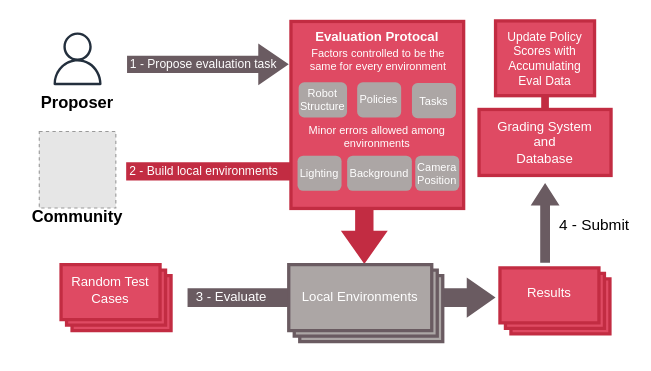
cxh-cxh/Embodied-VLM-Judge-figures keeps this draw.io diagram as system.drawio. Above is the earlier version. Source tidied: cells renumbered, new cells numbered last; positions are measured from the earlier drawing's top-left corner, leaving out a move shared by most shapes. Both pictures are drawn from the tidied source at 110%, with x=0, y=0 at pixel (19, 21). Pictures stored in the file or linked from it are replaced by grey dashed boxes.
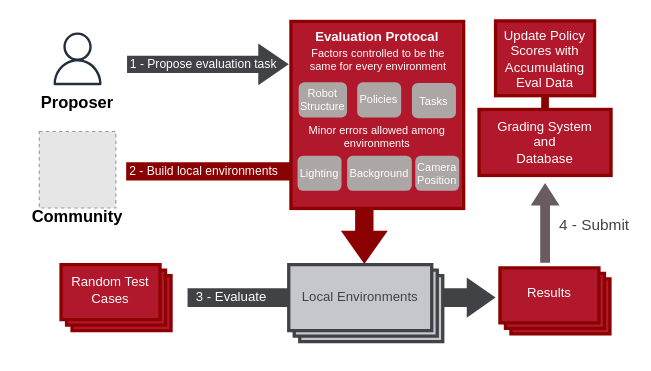
Above is the later version.

The change refers to these unchanged cells:
```xml
<mxCell id="18" style="group;" parent="1" vertex="1">
  <mxGeometry x="38" y="221" width="100" height="60" as="geometry" />
</mxCell>
<mxCell id="21" style="group;" parent="1" vertex="1">
  <mxGeometry x="437" y="224" width="100" height="60" as="geometry" />
</mxCell>
<mxCell id="24" style="group;rounded=0;strokeColor=none;strokeWidth=3;align=center;verticalAlign=top;fontFamily=Helvetica;fontSize=12;fontColor=default;fillColor=none;" parent="1" vertex="1">
  <mxGeometry x="245" y="221" width="140" height="80" as="geometry" />
</mxCell>
```

Change to the diagram source:
```diff
@@
-    <mxCell id="2" style="html=1;shadow=0;dashed=0;align=center;verticalAlign=middle;shape=mxgraph.arrows2.bendArrow;dy=8.35;dx=30.02;notch=0;arrowHead=42.61;rounded=1;rotation=90;fillColor=#C22C42;strokeColor=none;" parent="1" vertex="1">
+    <mxCell id="2" style="html=1;shadow=0;dashed=0;align=center;verticalAlign=middle;shape=mxgraph.arrows2.bendArrow;dy=8.35;dx=30.02;notch=0;arrowHead=42.61;rounded=1;rotation=90;fillColor=light-dark(#8B0000,#B2182B);strokeColor=none;" parent="1" vertex="1">
       <mxGeometry x="169.9" y="55.3" width="92.4" height="237.8" as="geometry" />
     </mxCell>
-    <mxCell id="3" value="&lt;font style=&quot;color: rgb(255, 255, 255);&quot; face=&quot;Helvetica&quot;&gt;&lt;b style=&quot;&quot;&gt;Evaluation Protocal&lt;/b&gt;&lt;/font&gt;" style="rounded=0;whiteSpace=wrap;html=1;fillColor=light-dark(#DF4A63,#AA7B7B);strokeColor=#C22C42;align=center;verticalAlign=top;strokeWidth=3;" parent="1" vertex="1">
+    <mxCell id="3" value="&lt;font style=&quot;color: rgb(255, 255, 255);&quot; face=&quot;Helvetica&quot;&gt;&lt;b style=&quot;&quot;&gt;Evaluation Protocal&lt;/b&gt;&lt;/font&gt;" style="rounded=0;whiteSpace=wrap;html=1;fillColor=light-dark(#B2182B,#8B0000);strokeColor=light-dark(#8B0000,#B2182B);align=center;verticalAlign=top;strokeWidth=3;" parent="1" vertex="1">
       <mxGeometry x="247" width="157" height="170" as="geometry" />
     </mxCell>
@@
-    <mxCell id="7" value="&lt;font style=&quot;color: rgb(255, 255, 255);&quot;&gt;3 - Evaluate&lt;/font&gt;" style="html=1;shadow=0;dashed=0;align=left;verticalAlign=middle;shape=mxgraph.arrows2.arrow;dy=0.53;dx=26.18;notch=0;rotation=0;spacingLeft=6;fillColor=#6A5B61;strokeColor=none;" parent="1" vertex="1">
+    <mxCell id="7" value="&lt;font style=&quot;color: rgb(255, 255, 255);&quot;&gt;3 - Evaluate&lt;/font&gt;" style="html=1;shadow=0;dashed=0;align=left;verticalAlign=middle;shape=mxgraph.arrows2.arrow;dy=0.53;dx=26.18;notch=0;rotation=0;spacingLeft=6;fillColor=light-dark(#414246,#C6C7CC);strokeColor=none;" parent="1" vertex="1">
       <mxGeometry x="153" y="232.8" width="280" height="36.5" as="geometry" />
     </mxCell>
@@
-    <mxCell id="11" value="&lt;font style=&quot;color: rgb(255, 255, 255); font-size: 11px;&quot;&gt;1 - Propose evaluation task&lt;/font&gt;" style="html=1;shadow=0;dashed=0;align=left;verticalAlign=middle;shape=mxgraph.arrows2.arrow;dy=0.59;dx=27.71;notch=0;rotation=0;spacingLeft=1;fillColor=#6A5B61;strokeColor=none;gradientColor=none;" parent="1" vertex="1">
+    <mxCell id="11" value="&lt;font style=&quot;color: rgb(255, 255, 255); font-size: 11px;&quot;&gt;1 - Propose evaluation task&lt;/font&gt;" style="html=1;shadow=0;dashed=0;align=left;verticalAlign=middle;shape=mxgraph.arrows2.arrow;dy=0.59;dx=27.71;notch=0;rotation=0;spacingLeft=1;fillColor=light-dark(#414246,#C6C7CC);strokeColor=none;gradientColor=none;" parent="1" vertex="1">
       <mxGeometry x="98" y="20" width="147" height="38" as="geometry" />
     </mxCell>
-    <mxCell id="12" style="rounded=0;jettySize=auto;html=1;endArrow=none;endFill=0;strokeWidth=7;strokeColor=#C22C42;" parent="1" edge="1" source="13" target="16">
+    <mxCell id="12" style="rounded=0;jettySize=auto;html=1;endArrow=none;endFill=0;strokeWidth=7;strokeColor=light-dark(#8B0000,#B2182B);" parent="1" edge="1" source="13" target="16">
       <mxGeometry relative="1" as="geometry" />
     </mxCell>
-    <mxCell id="13" value="&lt;font style=&quot;color: rgb(255, 255, 255);&quot;&gt;Grading&amp;nbsp;&lt;span style=&quot;background-color: transparent;&quot;&gt;System&lt;/span&gt;&lt;/font&gt;&lt;div&gt;&lt;span style=&quot;background-color: transparent;&quot;&gt;&lt;font style=&quot;color: rgb(255, 255, 255);&quot;&gt;and&lt;/font&gt;&lt;/span&gt;&lt;/div&gt;&lt;div&gt;&lt;font style=&quot;color: rgb(255, 255, 255);&quot;&gt;Database&lt;/font&gt;&lt;/div&gt;" style="rounded=0;whiteSpace=wrap;html=1;strokeColor=#C22C42;strokeWidth=3;fillColor=#DF4A63;" parent="1" vertex="1">
+    <mxCell id="13" value="&lt;font style=&quot;color: rgb(255, 255, 255);&quot;&gt;Grading&amp;nbsp;&lt;span style=&quot;background-color: transparent;&quot;&gt;System&lt;/span&gt;&lt;/font&gt;&lt;div&gt;&lt;span style=&quot;background-color: transparent;&quot;&gt;&lt;font style=&quot;color: rgb(255, 255, 255);&quot;&gt;and&lt;/font&gt;&lt;/span&gt;&lt;/div&gt;&lt;div&gt;&lt;font style=&quot;color: rgb(255, 255, 255);&quot;&gt;Database&lt;/font&gt;&lt;/div&gt;" style="rounded=0;whiteSpace=wrap;html=1;strokeColor=light-dark(#8B0000,#B2182B);strokeWidth=3;fillColor=light-dark(#B2182B,#8B0000);align=center;verticalAlign=middle;fontFamily=Helvetica;fontSize=12;fontColor=default;" parent="1" vertex="1">
       <mxGeometry x="418" y="80" width="120" height="60" as="geometry" />
     </mxCell>
@@
-    <mxCell id="15" value="&lt;font style=&quot;font-size: 14px;&quot;&gt;4 - Submit&lt;/font&gt;" style="rounded=0;whiteSpace=wrap;html=1;fillColor=none;strokeColor=none;fontSize=15;" parent="1" vertex="1">
+    <mxCell id="15" value="&lt;font style=&quot;font-size: 14px;&quot;&gt;4 - Submit&lt;/font&gt;" style="rounded=0;whiteSpace=wrap;html=1;fillColor=none;strokeColor=none;fontSize=15;fontColor=light-dark(#414246,#C6C7CC);" parent="1" vertex="1">
       <mxGeometry x="488" y="170" width="70" height="27" as="geometry" />
     </mxCell>
-    <mxCell id="16" value="&lt;font style=&quot;color: rgb(255, 255, 255);&quot;&gt;Update Policy Scores with Accumulating Eval Data&lt;/font&gt;" style="rounded=0;whiteSpace=wrap;html=1;strokeColor=#C22C42;strokeWidth=3;fillColor=#DF4A63;fontSize=11;" parent="1" vertex="1">
+    <mxCell id="16" value="&lt;font style=&quot;color: rgb(255, 255, 255);&quot;&gt;Update Policy Scores with Accumulating Eval Data&lt;/font&gt;" style="rounded=0;whiteSpace=wrap;html=1;strokeColor=light-dark(#8B0000,#B2182B);strokeWidth=3;fillColor=light-dark(#B2182B,#8B0000);fontSize=12;align=center;verticalAlign=middle;fontFamily=Helvetica;fontColor=default;" parent="1" vertex="1">
       <mxGeometry x="433" y="-0.5" width="90" height="68" as="geometry" />
     </mxCell>
@@
-    <mxCell id="19" style="verticalLabelPosition=bottom;verticalAlign=middle;html=1;shape=mxgraph.basic.layered_rect;dx=10;whiteSpace=wrap;rounded=0;strokeColor=#C22C42;strokeWidth=3;align=center;fontFamily=Helvetica;fontSize=12;fontColor=default;fillColor=#DF4A63;" parent="18" vertex="1">
+    <mxCell id="19" style="verticalLabelPosition=bottom;verticalAlign=middle;html=1;shape=mxgraph.basic.layered_rect;dx=10;whiteSpace=wrap;rounded=0;strokeColor=light-dark(#8B0000,#B2182B);strokeWidth=3;align=center;fontFamily=Helvetica;fontSize=12;fontColor=default;fillColor=light-dark(#B2182B,#8B0000);" parent="18" vertex="1">
       <mxGeometry width="100" height="60" as="geometry" />
     </mxCell>
@@
-    <mxCell id="22" style="verticalLabelPosition=bottom;verticalAlign=middle;html=1;shape=mxgraph.basic.layered_rect;dx=10;whiteSpace=wrap;rounded=0;strokeColor=#C22C42;strokeWidth=3;align=center;fontFamily=Helvetica;fontSize=12;fontColor=default;fillColor=#DF4A63;" parent="21" vertex="1">
+    <mxCell id="22" style="verticalLabelPosition=bottom;verticalAlign=middle;html=1;shape=mxgraph.basic.layered_rect;dx=10;whiteSpace=wrap;rounded=0;strokeColor=light-dark(#8B0000,#B2182B);strokeWidth=3;align=center;fontFamily=Helvetica;fontSize=12;fontColor=default;fillColor=light-dark(#B2182B,#8B0000);" parent="21" vertex="1">
       <mxGeometry width="100" height="60" as="geometry" />
     </mxCell>
@@
-    <mxCell id="25" style="verticalLabelPosition=bottom;verticalAlign=top;html=1;shape=mxgraph.basic.layered_rect;dx=10;whiteSpace=wrap;rounded=0;strokeColor=#6A5B61;strokeWidth=3;align=center;fontFamily=Helvetica;fontSize=12;fontColor=default;fillColor=#ACA6A5;" parent="24" vertex="1">
+    <mxCell id="25" style="verticalLabelPosition=bottom;verticalAlign=top;html=1;shape=mxgraph.basic.layered_rect;dx=10;whiteSpace=wrap;rounded=0;strokeColor=light-dark(#414246,#C6C7CC);strokeWidth=3;align=center;fontFamily=Helvetica;fontSize=12;fontColor=default;fillColor=light-dark(#C6C7CC,#414246);" parent="24" vertex="1">
       <mxGeometry width="140" height="70" as="geometry" />
     </mxCell>
-    <mxCell id="26" value="&lt;font style=&quot;color: rgb(255, 255, 255);&quot;&gt;Local Environments&lt;/font&gt;" style="rounded=0;whiteSpace=wrap;html=1;fillColor=none;strokeColor=none;strokeWidth=3;align=center;verticalAlign=middle;fontFamily=Helvetica;fontSize=12;fontColor=default;" parent="24" vertex="1">
+    <mxCell id="26" value="&lt;font style=&quot;color: light-dark(rgb(65, 66, 70), rgb(198, 199, 204));&quot;&gt;Local Environments&lt;/font&gt;" style="rounded=0;whiteSpace=wrap;html=1;fillColor=none;strokeColor=none;strokeWidth=3;align=center;verticalAlign=middle;fontFamily=Helvetica;fontSize=12;fontColor=default;" parent="24" vertex="1">
       <mxGeometry width="130" height="60" as="geometry" />
     </mxCell>
```
